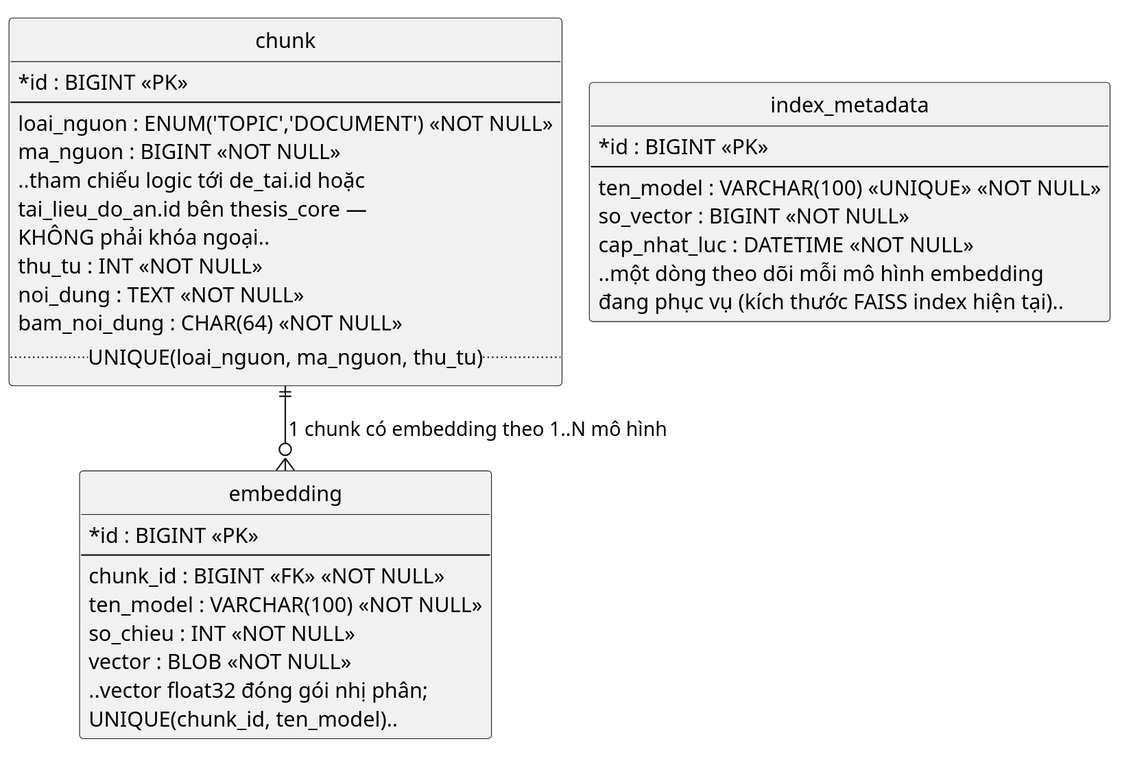
This is docs/chuong-3-thiet-ke/csdl/erd-thesis-ai.svg from dtc235200036-alt/ICTU-DATN-NguyenThiMaiAnh, a PlantUML export, as it was before one commit. The source it was exported from:
```plantuml
@startuml
skinparam defaultFontName "Noto Sans"
skinparam shadowing false
skinparam dpi 150
skinparam backgroundColor white
skinparam classAttributeIconSize 0
!pragma layout smetana
hide circle
skinparam linetype ortho


entity "chunk" as chunk {
  *id : BIGINT <<PK>>
  --
  loai_nguon : ENUM('TOPIC','DOCUMENT') <<NOT NULL>>
  ma_nguon : BIGINT <<NOT NULL>>
  ..tham chiếu logic tới de_tai.id hoặc
  tai_lieu_do_an.id bên thesis_core —
  KHÔNG phải khóa ngoại..
  thu_tu : INT <<NOT NULL>>
  noi_dung : TEXT <<NOT NULL>>
  bam_noi_dung : CHAR(64) <<NOT NULL>>
  ..UNIQUE(loai_nguon, ma_nguon, thu_tu)..
}

entity "embedding" as embedding {
  *id : BIGINT <<PK>>
  --
  chunk_id : BIGINT <<FK>> <<NOT NULL>>
  ten_model : VARCHAR(100) <<NOT NULL>>
  so_chieu : INT <<NOT NULL>>
  vector : BLOB <<NOT NULL>>
  ..vector float32 đóng gói nhị phân;
  UNIQUE(chunk_id, ten_model)..
}

entity "index_metadata" as index_metadata {
  *id : BIGINT <<PK>>
  --
  ten_model : VARCHAR(100) <<UNIQUE>> <<NOT NULL>>
  so_vector : BIGINT <<NOT NULL>>
  cap_nhat_luc : DATETIME <<NOT NULL>>
  ..một dòng theo dõi mỗi mô hình embedding
  đang phục vụ (kích thước FAISS index hiện tại)..
}

chunk ||--o{ embedding : "1 chunk có embedding theo 1..N mô hình"
@enduml
```
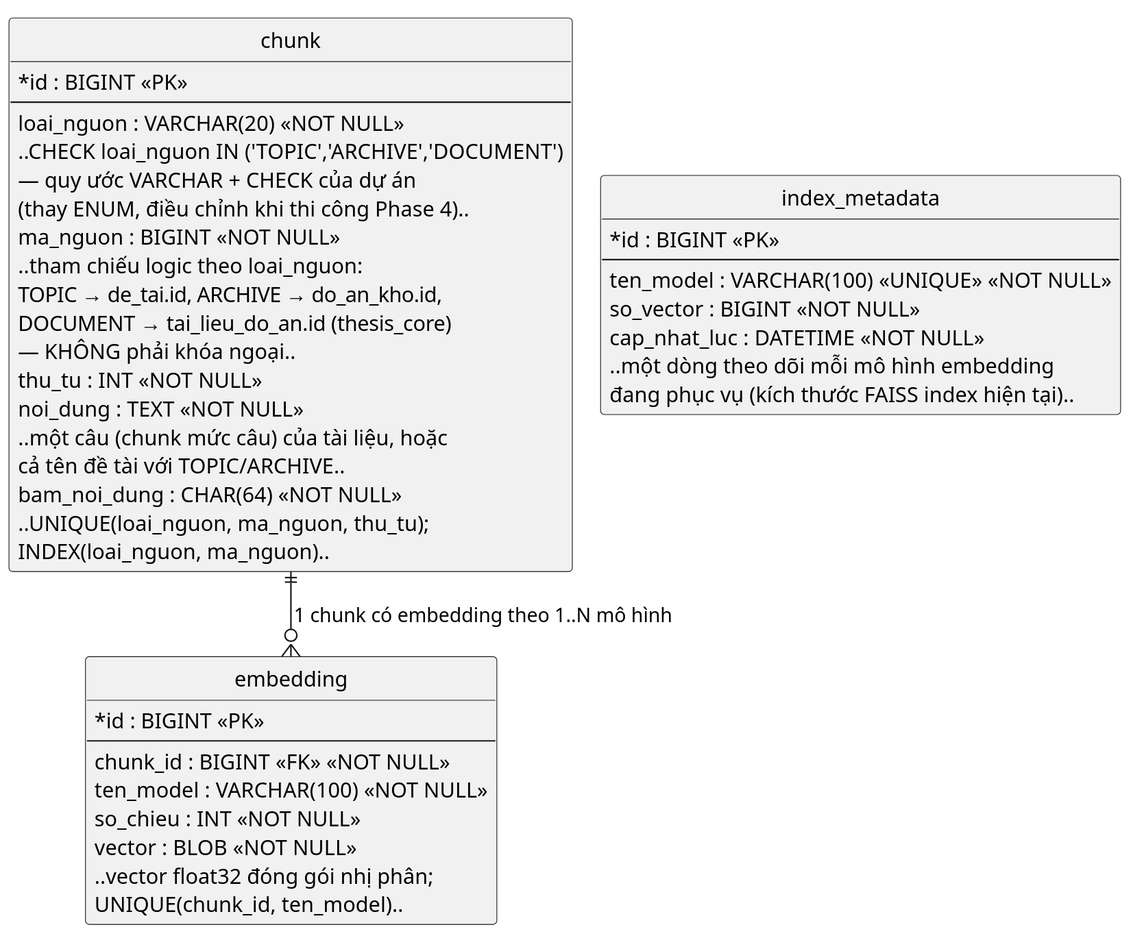
Above is the later version.

Commit message:
feat(04-07): chương 3 write-back, chương 4 AI index, deploy README AI section

What changed in the source:
```diff
@@ -12,15 +12,22 @@
 entity "chunk" as chunk {
   *id : BIGINT <<PK>>
   --
-  loai_nguon : ENUM('TOPIC','DOCUMENT') <<NOT NULL>>
+  loai_nguon : VARCHAR(20) <<NOT NULL>>
+  ..CHECK loai_nguon IN ('TOPIC','ARCHIVE','DOCUMENT')
+  — quy ước VARCHAR + CHECK của dự án
+  (thay ENUM, điều chỉnh khi thi công Phase 4)..
   ma_nguon : BIGINT <<NOT NULL>>
-  ..tham chiếu logic tới de_tai.id hoặc
-  tai_lieu_do_an.id bên thesis_core —
-  KHÔNG phải khóa ngoại..
+  ..tham chiếu logic theo loai_nguon:
+  TOPIC → de_tai.id, ARCHIVE → do_an_kho.id,
+  DOCUMENT → tai_lieu_do_an.id (thesis_core)
+  — KHÔNG phải khóa ngoại..
   thu_tu : INT <<NOT NULL>>
   noi_dung : TEXT <<NOT NULL>>
+  ..một câu (chunk mức câu) của tài liệu, hoặc
+  cả tên đề tài với TOPIC/ARCHIVE..
   bam_noi_dung : CHAR(64) <<NOT NULL>>
-  ..UNIQUE(loai_nguon, ma_nguon, thu_tu)..
+  ..UNIQUE(loai_nguon, ma_nguon, thu_tu);
+  INDEX(loai_nguon, ma_nguon)..
 }
 
 entity "embedding" as embedding {
```
